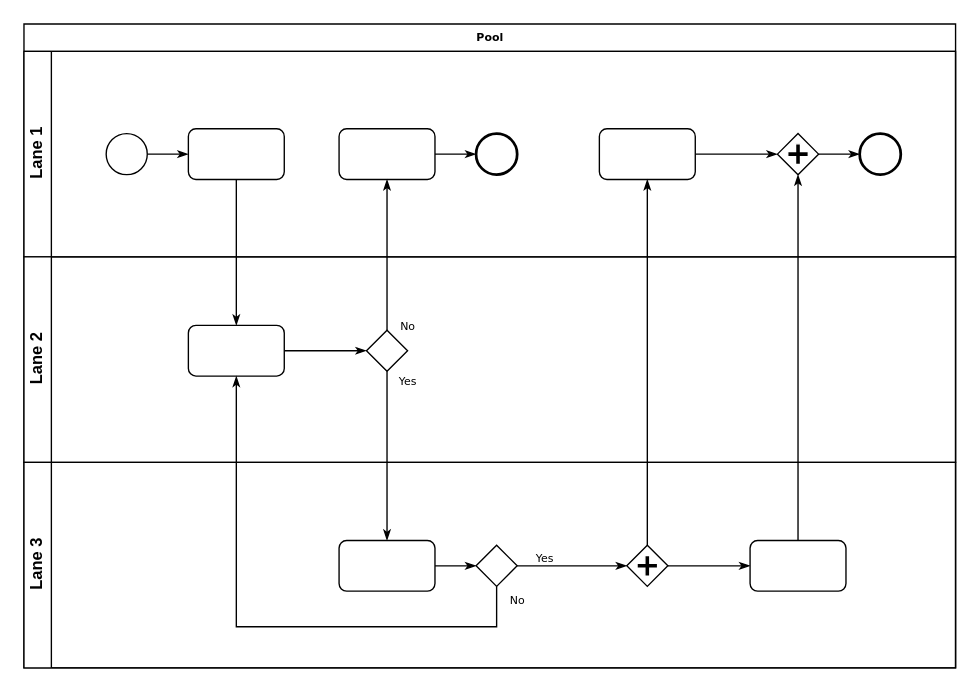
pharos2018/pharos keeps this draw.io diagram as Ativação do Selo.drawio. Above is the earlier version. Source tidied: cells renumbered, new cells numbered last; positions are measured from the earlier drawing's top-left corner, leaving out a move shared by most shapes. Both pictures are drawn from the tidied source at 137%, with x=0, y=0 at pixel (23, 23).
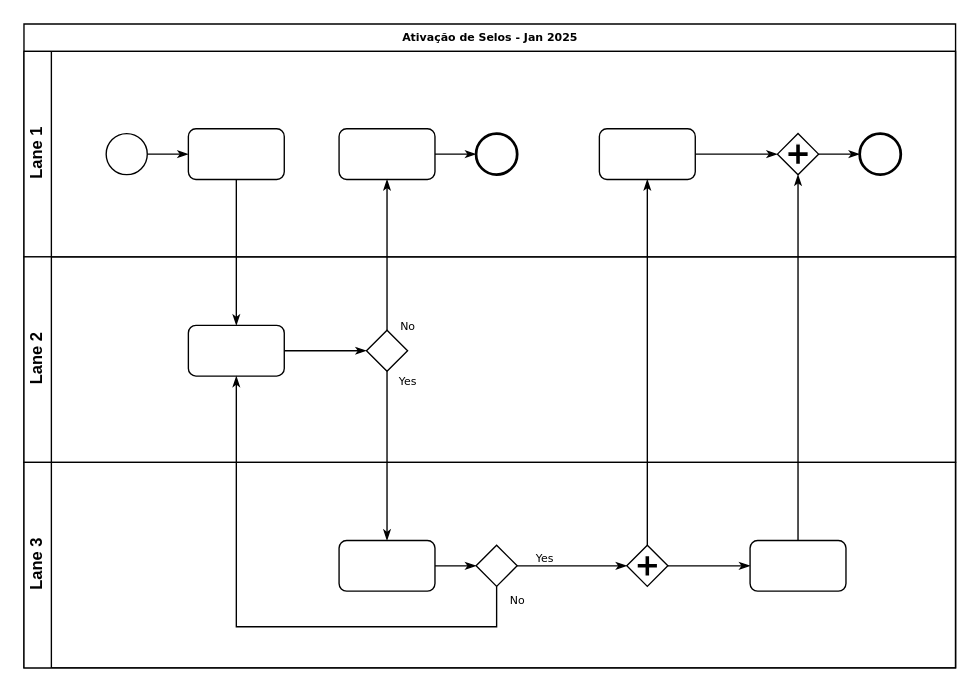
The same page after the edit.

Diff of the diagram source:
```diff
@@
-    <mxCell id="2" value="Pool" style="swimlane;html=1;horizontal=1;startSize=20;rounded=0;shadow=0;labelBackgroundColor=none;strokeWidth=1;fontFamily=Verdana;fontSize=8;align=center;" parent="1" vertex="1">
+    <mxCell id="2" value="Ativação de Selos - Jan 2025" style="swimlane;html=1;horizontal=1;startSize=20;rounded=0;shadow=0;labelBackgroundColor=none;strokeWidth=1;fontFamily=Verdana;fontSize=8;align=center;" parent="1" vertex="1">
       <mxGeometry width="680" height="470" as="geometry" />
     </mxCell>
```
